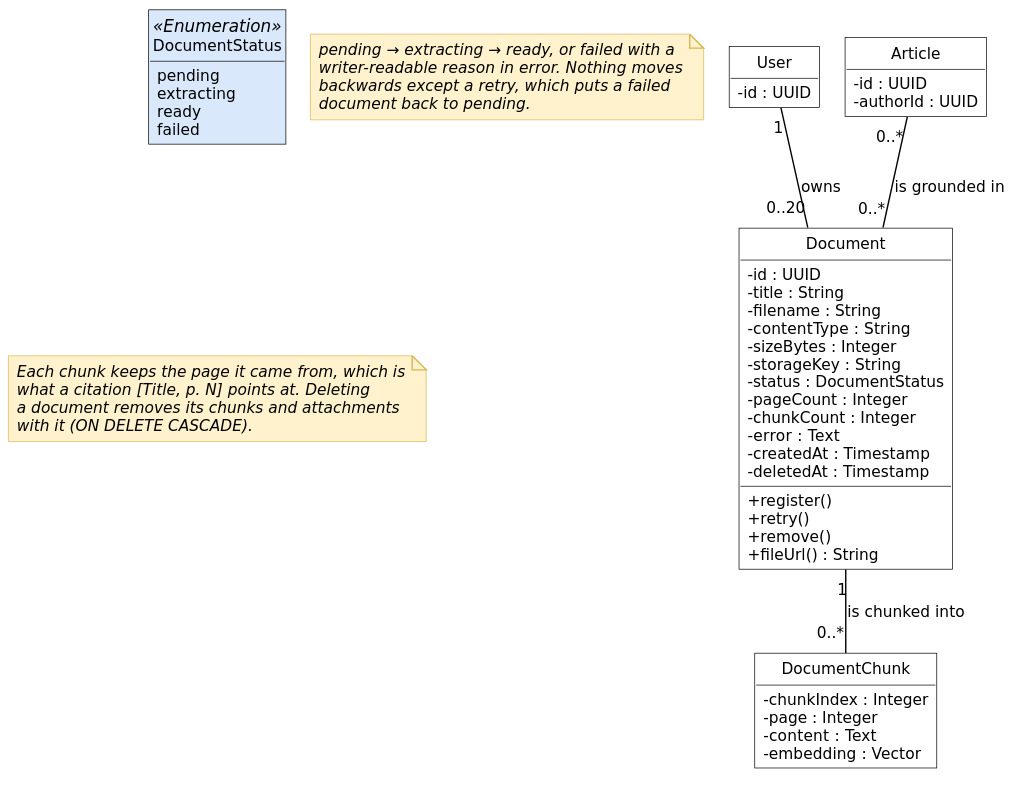
inkwell-dev/spec.inkwell.ai keeps this PlantUML diagram as diagrams/fig-7-8-classes-sprint-9/fig-7-8-classes-sprint-9.svg. Above is the earlier version.
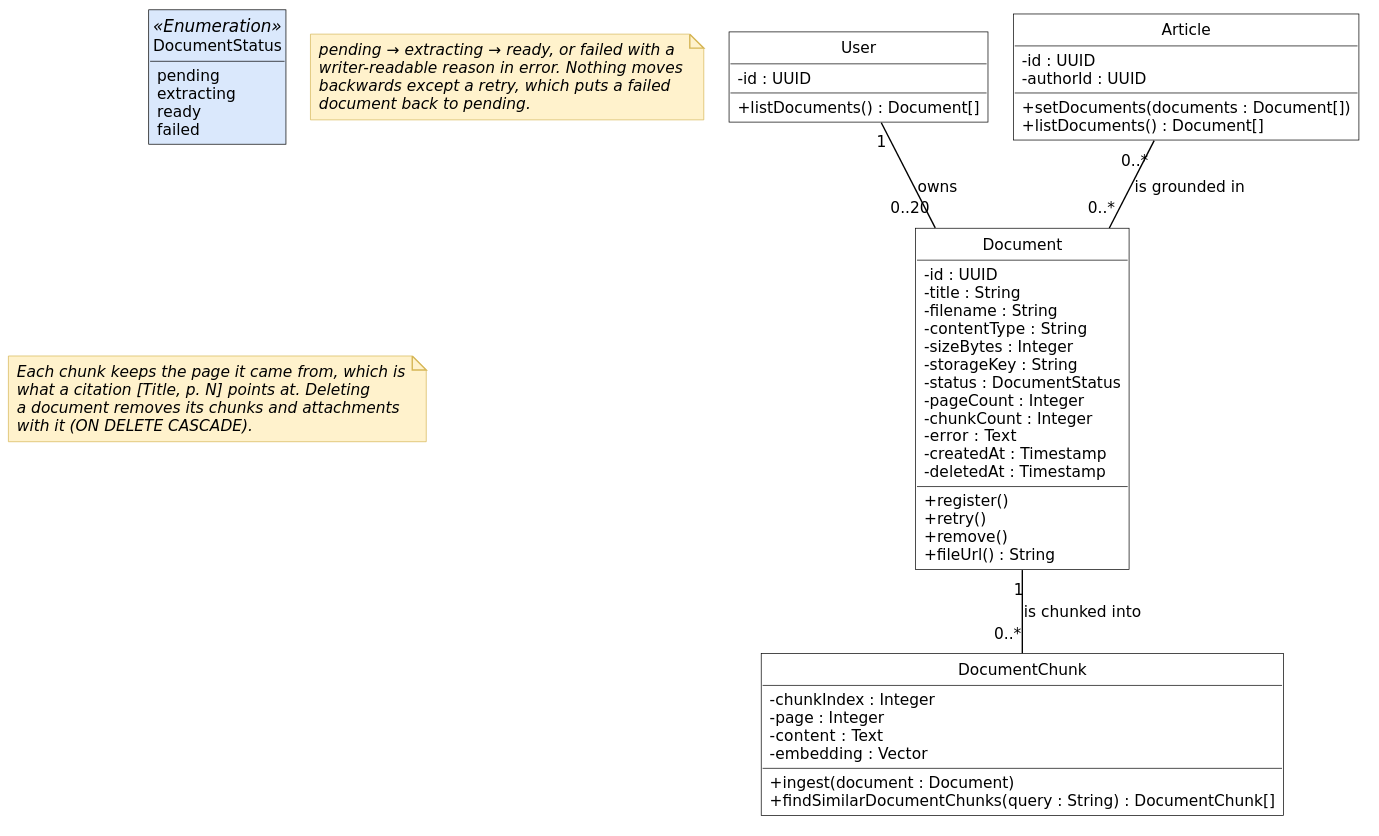
Above is the later version.

The edit, as a diff of the source:
```diff
@@ -7,10 +7,13 @@
 
 class User {
   - id : UUID
+  + listDocuments() : Document[]
 }
 class Article {
   - id : UUID
   - authorId : UUID
+  + setDocuments(documents : Document[])
+  + listDocuments() : Document[]
 }
 class Document {
   - id : UUID
@@ -35,6 +38,8 @@
   - page : Integer
   - content : Text
   - embedding : Vector
+  + ingest(document : Document)
+  + findSimilarDocumentChunks(query : String) : DocumentChunk[]
 }
 
 class DocumentStatus <<Enumeration>> {
```
